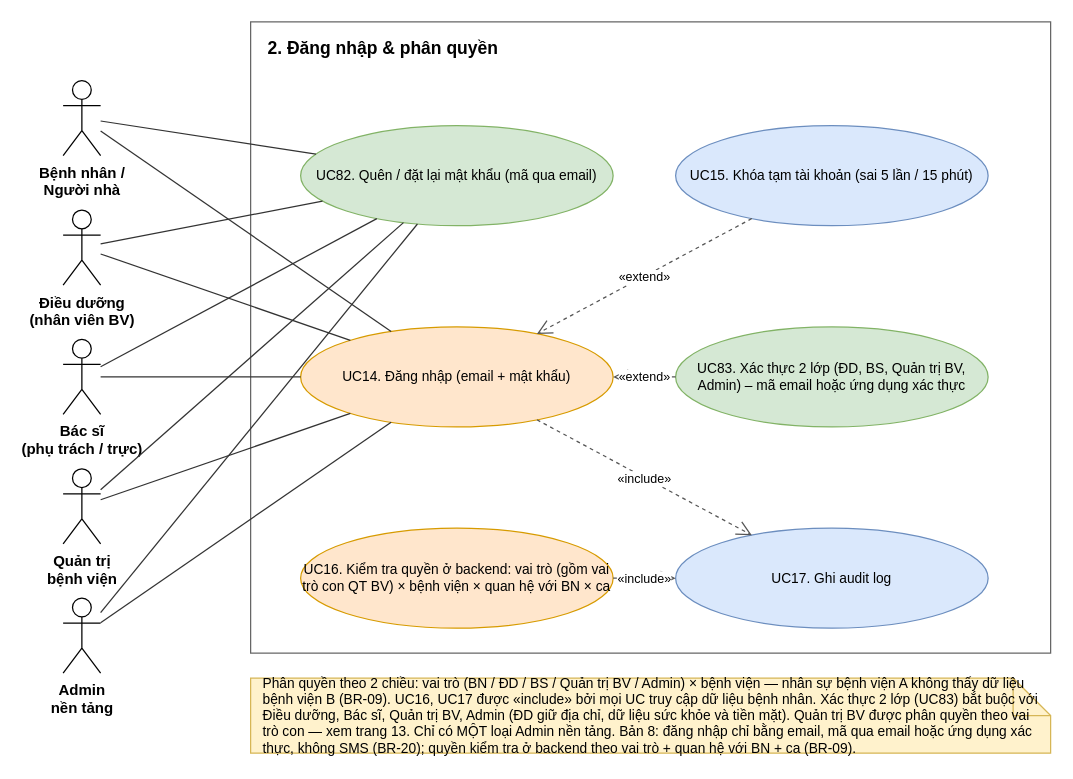
Before: page "2. Dang nhap va phan quyen" (3 of 15) of docs/design/use_case_diagram.drawio in NguyenHuuPhuc-Dev21/HealthCareSystem, a draw.io diagram. Source tidied: cells renumbered, new cells numbered last; positions are measured from the earlier drawing's top-left corner, leaving out a move shared by most shapes. Both pictures are drawn from the tidied source at 125%, with x=0, y=0 at pixel (62, 21).
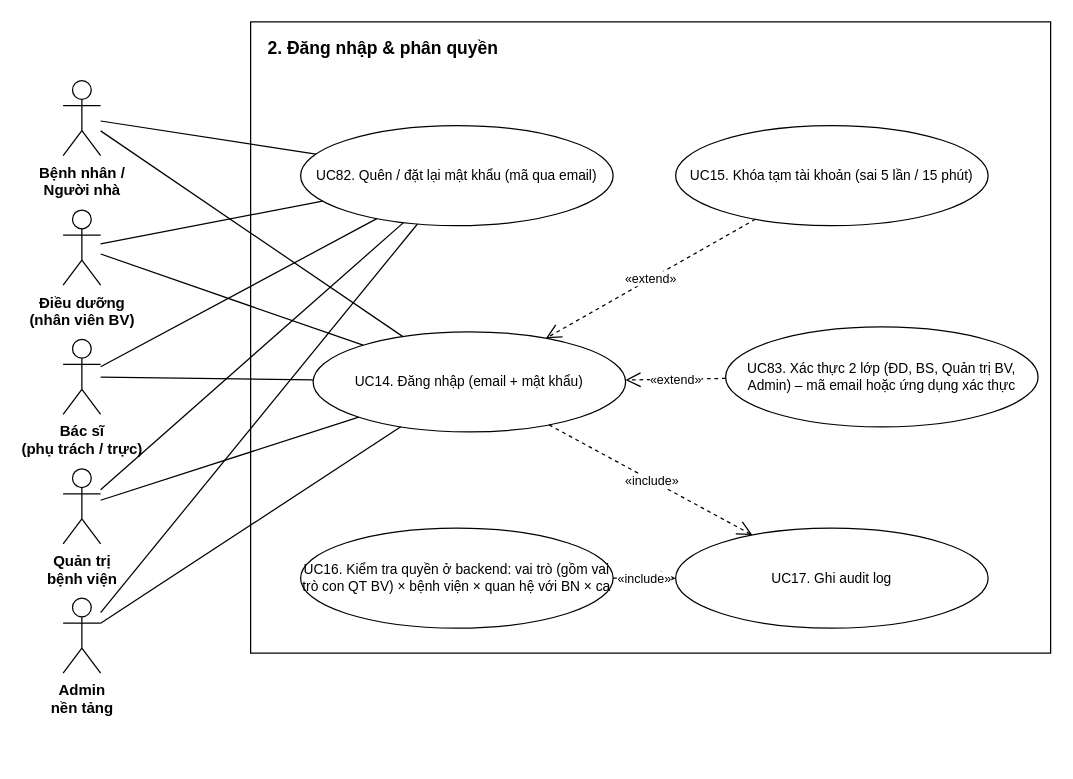
The same page after the edit.

Unchanged cells that the change refers to:
```xml
<mxCell id="9" value="Bệnh nhân /&lt;br&gt;Người nhà" style="shape=umlActor;verticalLabelPosition=bottom;verticalAlign=top;html=1;outlineConnect=0;fontSize=12;fontStyle=1;" parent="1" vertex="1">
  <mxGeometry y="47" width="30" height="60" as="geometry" />
</mxCell>
<mxCell id="10" value="Điều dưỡng&lt;br&gt;(nhân viên BV)" style="shape=umlActor;verticalLabelPosition=bottom;verticalAlign=top;html=1;outlineConnect=0;fontSize=12;fontStyle=1;" parent="1" vertex="1">
  <mxGeometry y="150.5" width="30" height="60" as="geometry" />
</mxCell>
<mxCell id="11" value="Bác sĩ&lt;br&gt;(phụ trách / trực)" style="shape=umlActor;verticalLabelPosition=bottom;verticalAlign=top;html=1;outlineConnect=0;fontSize=12;fontStyle=1;" parent="1" vertex="1">
  <mxGeometry y="254" width="30" height="60" as="geometry" />
</mxCell>
<mxCell id="12" value="Quản trị&lt;br&gt;bệnh viện" style="shape=umlActor;verticalLabelPosition=bottom;verticalAlign=top;html=1;outlineConnect=0;fontSize=12;fontStyle=1;" parent="1" vertex="1">
  <mxGeometry y="357.5" width="30" height="60" as="geometry" />
</mxCell>
<mxCell id="13" value="Admin&lt;br&gt;nền tảng" style="shape=umlActor;verticalLabelPosition=bottom;verticalAlign=top;html=1;outlineConnect=0;fontSize=12;fontStyle=1;" parent="1" vertex="1">
  <mxGeometry y="461" width="30" height="60" as="geometry" />
</mxCell>
```

Diff of the diagram source:
```diff
@@
-    <mxCell id="2" value="2. Đăng nhập &amp; phân quyền" style="rounded=0;whiteSpace=wrap;html=1;fillColor=none;strokeColor=#666666;verticalAlign=top;align=left;spacingLeft=12;spacingTop=6;fontStyle=1;fontSize=14;" parent="1" vertex="1">
+    <mxCell id="2" value="2. Đăng nhập &amp; phân quyền" style="rounded=0;whiteSpace=wrap;html=1;verticalAlign=top;align=left;spacingLeft=12;spacingTop=6;fontStyle=1;fontSize=14;" parent="1" vertex="1">
       <mxGeometry x="150" width="640" height="505" as="geometry" />
     </mxCell>
-    <mxCell id="3" value="UC82. Quên / đặt lại mật khẩu (mã qua email)" style="ellipse;whiteSpace=wrap;html=1;fillColor=#d5e8d4;strokeColor=#82b366;fontSize=11;" parent="1" vertex="1">
+    <mxCell id="3" value="UC82. Quên / đặt lại mật khẩu (mã qua email)" style="ellipse;whiteSpace=wrap;html=1;fontSize=11;" parent="1" vertex="1">
       <mxGeometry x="190" y="83" width="250" height="80" as="geometry" />
     </mxCell>
-    <mxCell id="4" value="UC15. Khóa tạm tài khoản (sai 5 lần / 15 phút)" style="ellipse;whiteSpace=wrap;html=1;fillColor=#dae8fc;strokeColor=#6c8ebf;fontSize=11;" parent="1" vertex="1">
+    <mxCell id="4" value="UC15. Khóa tạm tài khoản (sai 5 lần / 15 phút)" style="ellipse;whiteSpace=wrap;html=1;fontSize=11;" parent="1" vertex="1">
       <mxGeometry x="490" y="83" width="250" height="80" as="geometry" />
     </mxCell>
-    <mxCell id="5" value="UC14. Đăng nhập (email + mật khẩu)" style="ellipse;whiteSpace=wrap;html=1;fillColor=#ffe6cc;strokeColor=#d79b00;fontSize=11;" parent="1" vertex="1">
-      <mxGeometry x="190" y="244" width="250" height="80" as="geometry" />
+    <mxCell id="5" value="UC14. Đăng nhập (email + mật khẩu)" style="ellipse;whiteSpace=wrap;html=1;fontSize=11;" parent="1" vertex="1">
+      <mxGeometry x="200" y="248" width="250" height="80" as="geometry" />
     </mxCell>
-    <mxCell id="6" value="UC83. Xác thực 2 lớp (ĐD, BS, Quản trị BV, Admin) – mã email hoặc ứng dụng xác thực" style="ellipse;whiteSpace=wrap;html=1;fillColor=#d5e8d4;strokeColor=#82b366;fontSize=11;" parent="1" vertex="1">
-      <mxGeometry x="490" y="244" width="250" height="80" as="geometry" />
+    <mxCell id="6" value="UC83. Xác thực 2 lớp (ĐD, BS, Quản trị BV, Admin) – mã email hoặc ứng dụng xác thực" style="ellipse;whiteSpace=wrap;html=1;fontSize=11;" parent="1" vertex="1">
+      <mxGeometry x="530" y="244" width="250" height="80" as="geometry" />
     </mxCell>
-    <mxCell id="7" value="UC16. Kiểm tra quyền ở backend: vai trò (gồm vai trò con QT BV) × bệnh viện × quan hệ với BN × ca" style="ellipse;whiteSpace=wrap;html=1;fillColor=#ffe6cc;strokeColor=#d79b00;fontSize=11;" parent="1" vertex="1">
+    <mxCell id="7" value="UC16. Kiểm tra quyền ở backend: vai trò (gồm vai trò con QT BV) × bệnh viện × quan hệ với BN × ca" style="ellipse;whiteSpace=wrap;html=1;fontSize=11;" parent="1" vertex="1">
       <mxGeometry x="190" y="405" width="250" height="80" as="geometry" />
     </mxCell>
-    <mxCell id="8" value="UC17. Ghi audit log" style="ellipse;whiteSpace=wrap;html=1;fillColor=#dae8fc;strokeColor=#6c8ebf;fontSize=11;" parent="1" vertex="1">
+    <mxCell id="8" value="UC17. Ghi audit log" style="ellipse;whiteSpace=wrap;html=1;fontSize=11;" parent="1" vertex="1">
       <mxGeometry x="490" y="405" width="250" height="80" as="geometry" />
     </mxCell>
@@
-    <mxCell id="14" style="endArrow=none;html=1;rounded=0;strokeColor=#333333;" parent="1" edge="1" source="9" target="5">
+    <mxCell id="14" style="endArrow=none;html=1;rounded=0;" parent="1" edge="1" source="9" target="5">
       <mxGeometry relative="1" as="geometry" />
     </mxCell>
-    <mxCell id="15" style="endArrow=none;html=1;rounded=0;strokeColor=#333333;" parent="1" edge="1" source="9" target="3">
+    <mxCell id="15" style="endArrow=none;html=1;rounded=0;" parent="1" edge="1" source="9" target="3">
       <mxGeometry relative="1" as="geometry" />
     </mxCell>
-    <mxCell id="16" style="endArrow=none;html=1;rounded=0;strokeColor=#333333;" parent="1" edge="1" source="10" target="5">
+    <mxCell id="16" style="endArrow=none;html=1;rounded=0;" parent="1" edge="1" source="10" target="5">
       <mxGeometry relative="1" as="geometry" />
     </mxCell>
-    <mxCell id="17" style="endArrow=none;html=1;rounded=0;strokeColor=#333333;" parent="1" edge="1" source="10" target="3">
+    <mxCell id="17" style="endArrow=none;html=1;rounded=0;" parent="1" edge="1" source="10" target="3">
       <mxGeometry relative="1" as="geometry" />
     </mxCell>
-    <mxCell id="18" style="endArrow=none;html=1;rounded=0;strokeColor=#333333;" parent="1" edge="1" source="11" target="5">
+    <mxCell id="18" style="endArrow=none;html=1;rounded=0;" parent="1" edge="1" source="11" target="5">
       <mxGeometry relative="1" as="geometry" />
     </mxCell>
-    <mxCell id="19" style="endArrow=none;html=1;rounded=0;strokeColor=#333333;" parent="1" edge="1" source="11" target="3">
+    <mxCell id="19" style="endArrow=none;html=1;rounded=0;" parent="1" edge="1" source="11" target="3">
       <mxGeometry relative="1" as="geometry" />
     </mxCell>
-    <mxCell id="20" style="endArrow=none;html=1;rounded=0;strokeColor=#333333;" parent="1" edge="1" source="12" target="5">
+    <mxCell id="20" style="endArrow=none;html=1;rounded=0;" parent="1" edge="1" source="12" target="5">
       <mxGeometry relative="1" as="geometry" />
     </mxCell>
-    <mxCell id="21" style="endArrow=none;html=1;rounded=0;strokeColor=#333333;" parent="1" edge="1" source="12" target="3">
+    <mxCell id="21" style="endArrow=none;html=1;rounded=0;" parent="1" edge="1" source="12" target="3">
       <mxGeometry relative="1" as="geometry" />
     </mxCell>
-    <mxCell id="22" style="endArrow=none;html=1;rounded=0;strokeColor=#333333;" parent="1" edge="1" source="13" target="5">
+    <mxCell id="22" style="endArrow=none;html=1;rounded=0;" parent="1" edge="1" source="13" target="5">
       <mxGeometry relative="1" as="geometry" />
     </mxCell>
-    <mxCell id="23" style="endArrow=none;html=1;rounded=0;strokeColor=#333333;" parent="1" edge="1" source="13" target="3">
+    <mxCell id="23" style="endArrow=none;html=1;rounded=0;" parent="1" edge="1" source="13" target="3">
       <mxGeometry relative="1" as="geometry" />
     </mxCell>
-    <mxCell id="24" value="«extend»" style="endArrow=open;endSize=10;dashed=1;html=1;rounded=0;fontSize=10;labelBackgroundColor=#ffffff;strokeColor=#555555;" parent="1" edge="1" source="4" target="5">
+    <mxCell id="24" value="«extend»" style="endArrow=open;endSize=10;dashed=1;html=1;rounded=0;fontSize=10;labelBackgroundColor=#ffffff;" parent="1" edge="1" source="4" target="5">
       <mxGeometry relative="1" as="geometry" />
     </mxCell>
-    <mxCell id="25" value="«extend»" style="endArrow=open;endSize=10;dashed=1;html=1;rounded=0;fontSize=10;labelBackgroundColor=#ffffff;strokeColor=#555555;" parent="1" edge="1" source="6" target="5">
+    <mxCell id="25" value="«extend»" style="endArrow=open;endSize=10;dashed=1;html=1;rounded=0;fontSize=10;labelBackgroundColor=#ffffff;" parent="1" edge="1" source="6" target="5">
       <mxGeometry relative="1" as="geometry" />
     </mxCell>
-    <mxCell id="26" value="«include»" style="endArrow=open;endSize=10;dashed=1;html=1;rounded=0;fontSize=10;labelBackgroundColor=#ffffff;strokeColor=#555555;" parent="1" edge="1" source="5" target="8">
+    <mxCell id="26" value="«include»" style="endArrow=open;endSize=10;dashed=1;html=1;rounded=0;fontSize=10;labelBackgroundColor=#ffffff;" parent="1" edge="1" source="5" target="8">
       <mxGeometry relative="1" as="geometry" />
     </mxCell>
-    <mxCell id="27" value="«include»" style="endArrow=open;endSize=10;dashed=1;html=1;rounded=0;fontSize=10;labelBackgroundColor=#ffffff;strokeColor=#555555;" parent="1" edge="1" source="7" target="8">
+    <mxCell id="27" value="«include»" style="endArrow=open;endSize=10;dashed=1;html=1;rounded=0;fontSize=10;labelBackgroundColor=#ffffff;" parent="1" edge="1" source="7" target="8">
       <mxGeometry relative="1" as="geometry" />
     </mxCell>
-    <mxCell id="28" value="Phân quyền theo 2 chiều: vai trò (BN / ĐD / BS / Quản trị BV / Admin) × bệnh viện — nhân sự bệnh viện A không thấy dữ liệu bệnh viện B (BR-09). UC16, UC17 được «include» bởi mọi UC truy cập dữ liệu bệnh nhân. Xác thực 2 lớp (UC83) bắt buộc với Điều dưỡng, Bác sĩ, Quản trị BV, Admin (ĐD giữ địa chỉ, dữ liệu sức khỏe và tiền mặt). Quản trị BV được phân quyền theo vai trò con — xem trang 13. Chỉ có MỘT loại Admin nền tảng. Bản 8: đăng nhập chỉ bằng email, mã qua email hoặc ứng dụng xác thực, không SMS (BR-20); quyền kiểm tra ở backend theo vai trò + quan hệ với BN + ca (BR-09)." style="shape=note;whiteSpace=wrap;html=1;fillColor=#fff2cc;strokeColor=#d6b656;fontSize=11;align=left;spacingLeft=8;spacingRight=8;" parent="1" vertex="1">
-      <mxGeometry x="150" y="525" width="640" height="60" as="geometry" />
-    </mxCell>
```
